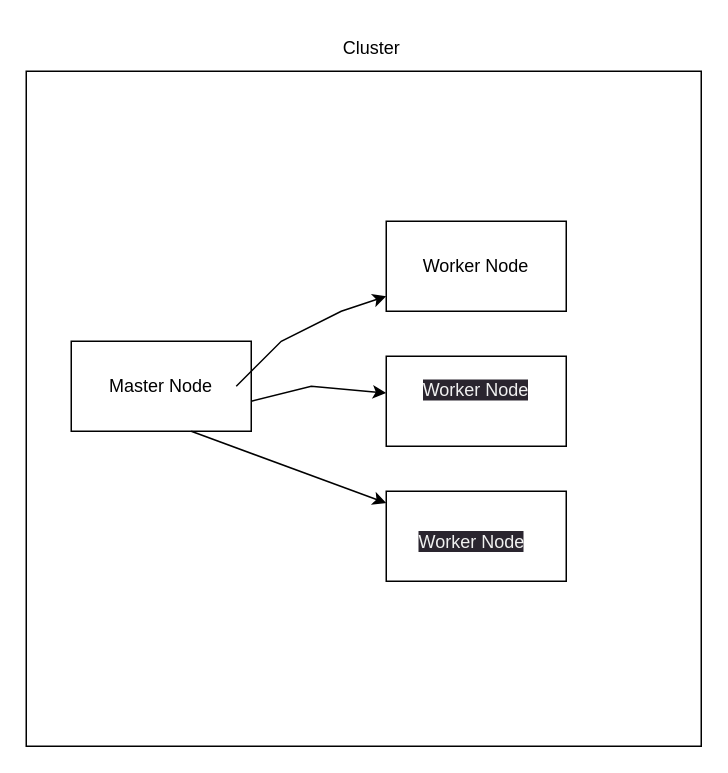
Above: Untitled Diagram.drawio in chaitanya-online/draw.io (draw.io), before the change. Source tidied: cells renumbered, new cells numbered last; positions are measured from the earlier drawing's top-left corner, leaving out a move shared by most shapes. Both pictures are drawn from the tidied source at 150%, with x=0, y=0 at pixel (26, 26).
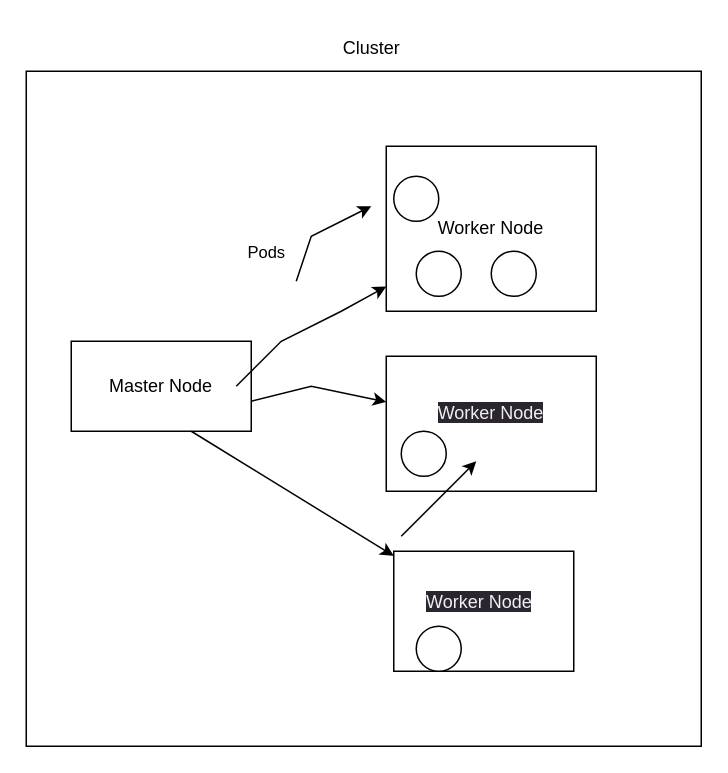
The same page after the edit.

The change refers to these unchanged cells:
```xml
<mxCell id="10" style="endArrow=classic;html=1;rounded=0;" parent="1" edge="1" target="6">
  <mxGeometry relative="1" as="geometry">
    <mxPoint x="150" y="250" as="sourcePoint" />
    <Array as="points">
      <mxPoint x="190" y="240" />
    </Array>
  </mxGeometry>
</mxCell>
```

The edit, as a diff of the source:
```diff
@@
     <mxCell id="5" value="Worker Node" style="rounded=0;whiteSpace=wrap;html=1;" parent="1" vertex="1">
-      <mxGeometry x="240" y="130" width="120" height="60" as="geometry" />
+      <mxGeometry x="240" y="80" width="140" height="110" as="geometry" />
     </mxCell>
     <mxCell id="6" value="&#10;&lt;span style=&quot;color: rgb(240, 240, 240); font-family: Helvetica; font-size: 12px; font-style: normal; font-variant-ligatures: normal; font-variant-caps: normal; font-weight: 400; letter-spacing: normal; orphans: 2; text-align: center; text-indent: 0px; text-transform: none; widows: 2; word-spacing: 0px; -webkit-text-stroke-width: 0px; background-color: rgb(42, 37, 47); text-decoration-thickness: initial; text-decoration-style: initial; text-decoration-color: initial; float: none; display: inline !important;&quot;&gt;Worker Node&lt;/span&gt;&#10;&#10;" style="rounded=0;whiteSpace=wrap;html=1;" parent="1" vertex="1">
-      <mxGeometry x="240" y="220" width="120" height="60" as="geometry" />
+      <mxGeometry x="240" y="220" width="140" height="90" as="geometry" />
     </mxCell>
     <mxCell id="7" style="rounded=0;whiteSpace=wrap;html=1;" parent="1" vertex="1">
-      <mxGeometry x="240" y="310" width="120" height="60" as="geometry" />
+      <mxGeometry x="245" y="350" width="120" height="80" as="geometry" />
     </mxCell>
     <mxCell id="8" value="&lt;span style=&quot;color: rgb(240, 240, 240); font-family: Helvetica; font-size: 12px; font-style: normal; font-variant-ligatures: normal; font-variant-caps: normal; font-weight: 400; letter-spacing: normal; orphans: 2; text-align: center; text-indent: 0px; text-transform: none; widows: 2; word-spacing: 0px; -webkit-text-stroke-width: 0px; background-color: rgb(42, 37, 47); text-decoration-thickness: initial; text-decoration-style: initial; text-decoration-color: initial; float: none; display: inline !important;&quot;&gt;Worker Node&lt;/span&gt;" style="text;whiteSpace=wrap;html=1;" parent="1" vertex="1">
-      <mxGeometry x="260" y="330" width="100" height="40" as="geometry" />
+      <mxGeometry x="265" y="370" width="100" height="40" as="geometry" />
     </mxCell>
@@
+    <mxCell id="12" value="Pods" style="edgeLabel;html=1;align=center;verticalAlign=middle;" parent="10" vertex="1">
+      <mxGeometry x="0.68" relative="1" as="geometry">
+        <mxPoint x="-66" y="-97" as="offset" />
+      </mxGeometry>
+    </mxCell>
@@
+    <mxCell id="13" style="ellipse;whiteSpace=wrap;html=1;" parent="1" vertex="1">
+      <mxGeometry x="260" y="150" width="30" height="30" as="geometry" />
+    </mxCell>
+    <mxCell id="14" style="ellipse;whiteSpace=wrap;html=1;" parent="1" vertex="1">
+      <mxGeometry x="310" y="150" width="30" height="30" as="geometry" />
+    </mxCell>
+    <mxCell id="15" style="ellipse;whiteSpace=wrap;html=1;" parent="1" vertex="1">
+      <mxGeometry x="245" y="100" width="30" height="30" as="geometry" />
+    </mxCell>
+    <mxCell id="16" style="ellipse;whiteSpace=wrap;html=1;" parent="1" vertex="1">
+      <mxGeometry x="250" y="270" width="30" height="30" as="geometry" />
+    </mxCell>
+    <mxCell id="17" style="ellipse;whiteSpace=wrap;html=1;" parent="1" vertex="1">
+      <mxGeometry x="260" y="400" width="30" height="30" as="geometry" />
+    </mxCell>
+    <mxCell id="18" style="endArrow=classic;html=1;rounded=0;" parent="1" edge="1">
+      <mxGeometry relative="1" as="geometry">
+        <mxPoint x="250" y="340" as="sourcePoint" />
+        <mxPoint x="300" y="290" as="targetPoint" />
+      </mxGeometry>
+    </mxCell>
+    <mxCell id="19" style="endArrow=classic;html=1;rounded=0;" parent="1" edge="1">
+      <mxGeometry relative="1" as="geometry">
+        <mxPoint x="180" y="170" as="sourcePoint" />
+        <mxPoint x="230" y="120" as="targetPoint" />
+        <Array as="points">
+          <mxPoint x="190" y="140" />
+        </Array>
+      </mxGeometry>
+    </mxCell>
```
